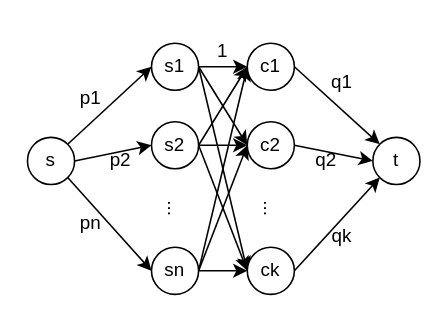
Before: hw4_10.drawio in Eren-Jeager123/Algorithm, a draw.io diagram. Source tidied: cells renumbered, new cells numbered last; positions are measured from the earlier drawing's top-left corner, leaving out a move shared by most shapes. Both pictures are drawn from the tidied source at 157%, with x=0, y=0 at pixel (27, 27).
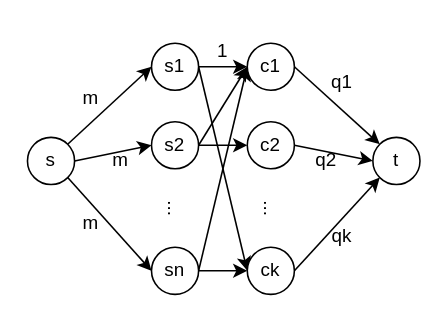
Above is the later version.

Unchanged cells that the change refers to:
```xml
<mxCell id="10" value="s1" style="ellipse;whiteSpace=wrap;html=1;" parent="1" vertex="1">
  <mxGeometry x="79" y="10" width="30" height="30" as="geometry" />
</mxCell>
<mxCell id="14" value="s2" style="ellipse;whiteSpace=wrap;html=1;" parent="1" vertex="1">
  <mxGeometry x="79" y="60" width="30" height="30" as="geometry" />
</mxCell>
<mxCell id="18" value="sn" style="ellipse;whiteSpace=wrap;html=1;" parent="1" vertex="1">
  <mxGeometry x="79" y="140" width="30" height="30" as="geometry" />
</mxCell>
<mxCell id="22" value="ck" style="ellipse;whiteSpace=wrap;html=1;" parent="1" vertex="1">
  <mxGeometry x="140" y="140" width="30" height="30" as="geometry" />
</mxCell>
<mxCell id="24" value="c2" style="ellipse;whiteSpace=wrap;html=1;" parent="1" vertex="1">
  <mxGeometry x="140" y="60" width="30" height="30" as="geometry" />
</mxCell>
```

What changed in the source:
```diff
@@
-    <mxCell id="8" style="rounded=0;jettySize=auto;html=1;exitX=1;exitY=0.5;exitDx=0;exitDy=0;entryX=0;entryY=0.5;entryDx=0;entryDy=0;" parent="1" edge="1" source="10" target="24">
-      <mxGeometry relative="1" as="geometry" />
-    </mxCell>
@@
-    <mxCell id="13" style="rounded=0;jettySize=auto;html=1;exitX=1;exitY=0.5;exitDx=0;exitDy=0;entryX=0;entryY=0.5;entryDx=0;entryDy=0;" parent="1" edge="1" source="14" target="22">
-      <mxGeometry relative="1" as="geometry" />
-    </mxCell>
@@
-    <mxCell id="16" style="rounded=0;jettySize=auto;html=1;exitX=1;exitY=0.5;exitDx=0;exitDy=0;entryX=0;entryY=0.5;entryDx=0;entryDy=0;" parent="1" edge="1" source="18" target="24">
-      <mxGeometry relative="1" as="geometry" />
-    </mxCell>
@@
-    <mxCell id="27" value="p1" style="text;html=1;align=center;verticalAlign=middle;strokeColor=none;fillColor=none;" parent="1" vertex="1">
-      <mxGeometry x="20" y="30" width="40" height="30" as="geometry" />
+    <mxCell id="27" value="m" style="text;html=1;align=center;verticalAlign=middle;strokeColor=none;fillColor=none;" parent="1" vertex="1">
+      <mxGeometry x="25" y="30" width="30" height="30" as="geometry" />
     </mxCell>
-    <mxCell id="28" value="p2" style="text;html=1;align=center;verticalAlign=middle;strokeColor=none;fillColor=none;" parent="1" vertex="1">
-      <mxGeometry x="39" y="70" width="40" height="30" as="geometry" />
+    <mxCell id="28" value="m" style="text;html=1;align=center;verticalAlign=middle;strokeColor=none;fillColor=none;" parent="1" vertex="1">
+      <mxGeometry x="44" y="70" width="30" height="30" as="geometry" />
     </mxCell>
-    <mxCell id="29" value="pn" style="text;html=1;align=center;verticalAlign=middle;strokeColor=none;fillColor=none;" parent="1" vertex="1">
-      <mxGeometry x="20" y="110" width="40" height="30" as="geometry" />
+    <mxCell id="29" value="m" style="text;html=1;align=center;verticalAlign=middle;strokeColor=none;fillColor=none;" parent="1" vertex="1">
+      <mxGeometry x="25" y="110" width="30" height="30" as="geometry" />
     </mxCell>
```
